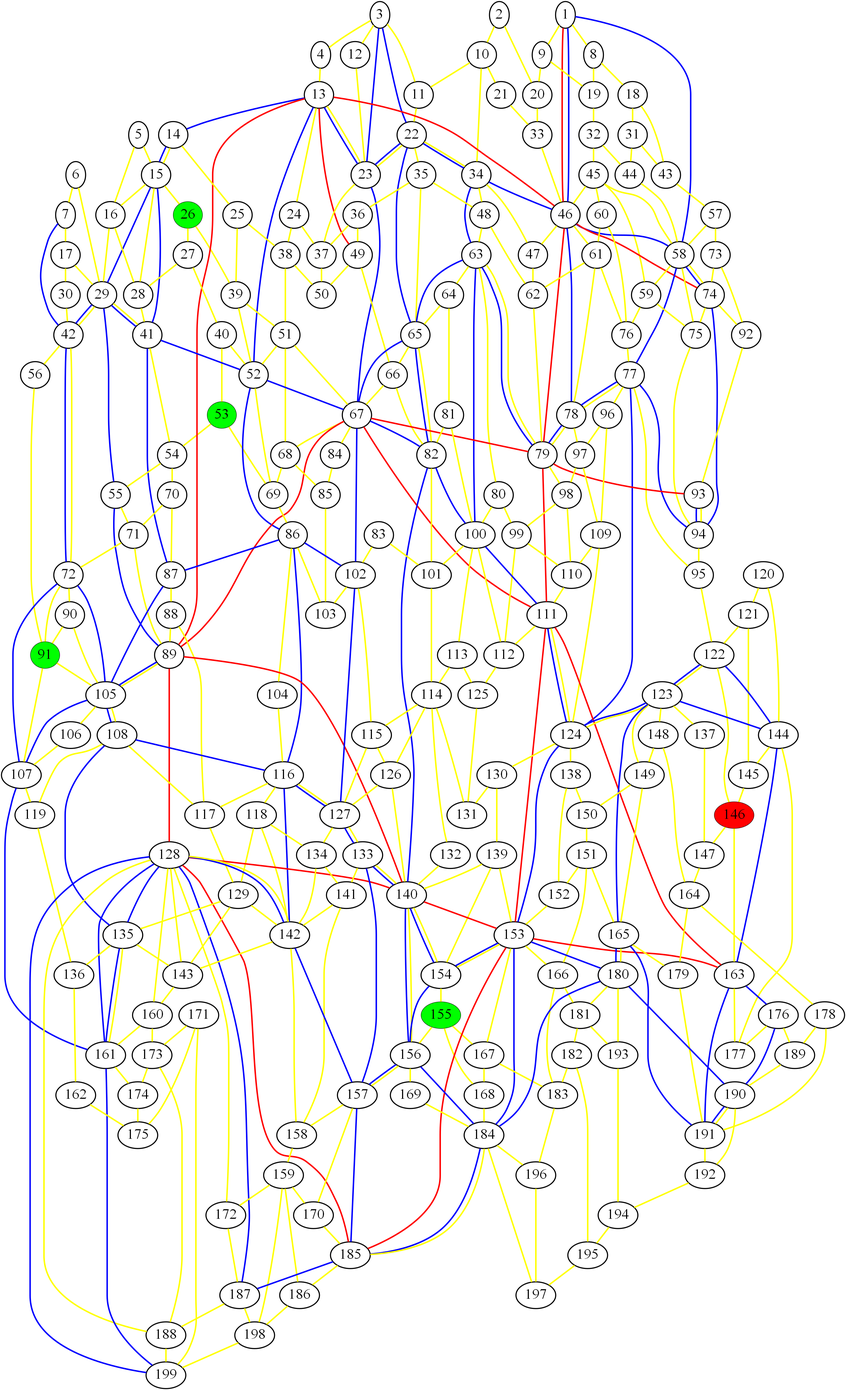
This is initial_graph.png from ed-churchill/complex-systems-project, a Graphviz export, as it was before one commit. Its source is kept beside it as initial_graph.gv.
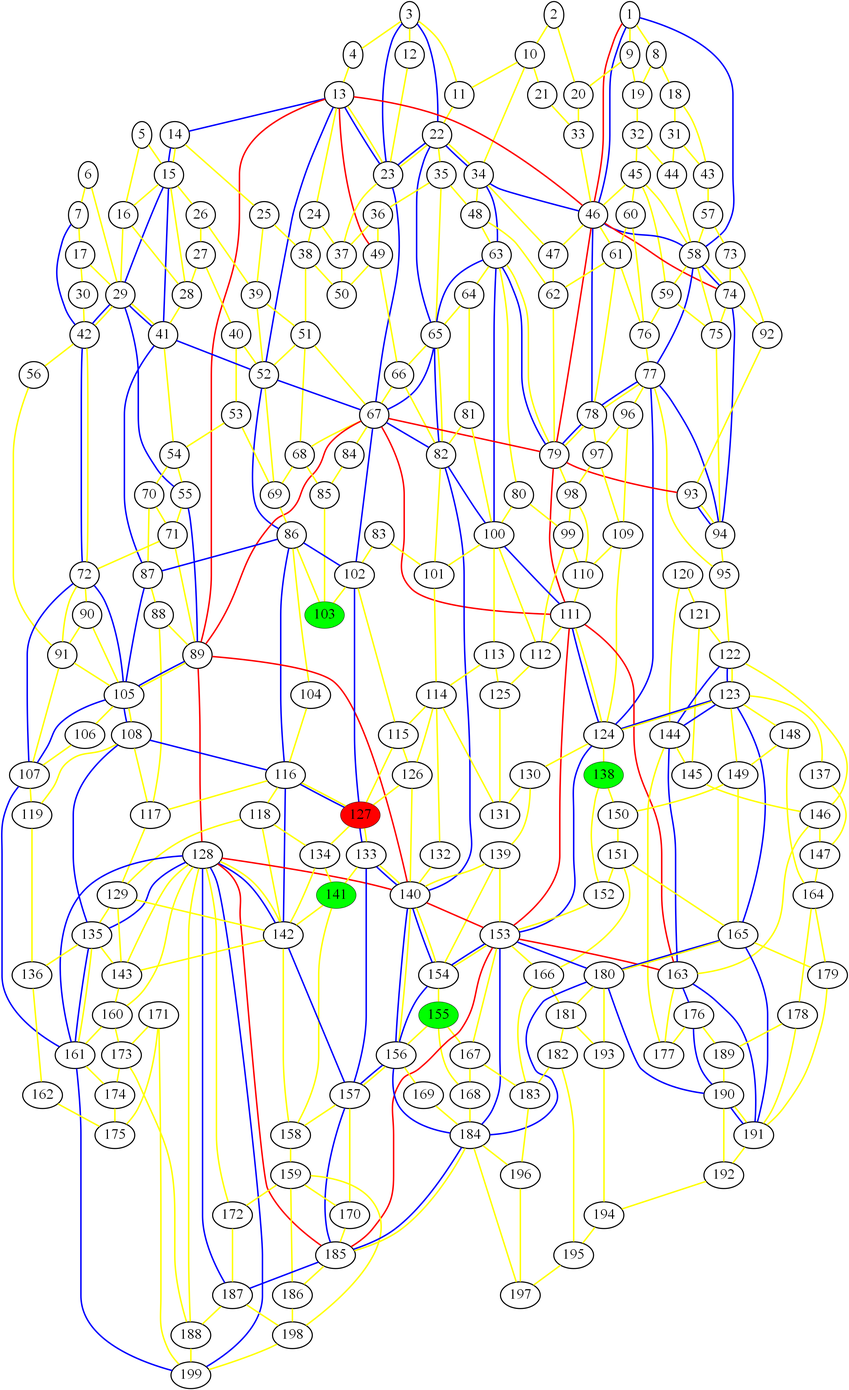
The same file after the commit.

Commit message:
Add graph drawing to random walk algorithm

What changed in the source:
```diff
@@ -1,9 +1,9 @@
 graph london_graph {
-146 [fillcolor=red, fontsize=40, pendwidth=3, style=filled];
+127 [fillcolor=red, fontsize=40, pendwidth=3, style=filled];
+141 [fillcolor=green, fontsize=40, pendwidth=3, style=filled];
 155 [fillcolor=green, fontsize=40, pendwidth=3, style=filled];
-26 [fillcolor=green, fontsize=40, pendwidth=3, style=filled];
-91 [fillcolor=green, fontsize=40, pendwidth=3, style=filled];
-53 [fillcolor=green, fontsize=40, pendwidth=3, style=filled];
+103 [fillcolor=green, fontsize=40, pendwidth=3, style=filled];
+138 [fillcolor=green, fontsize=40, pendwidth=3, style=filled];
 1 [fontsize=40, penwidth=3];
 2 [fontsize=40, penwidth=3];
 3 [fontsize=40, penwidth=3];
@@ -29,6 +29,7 @@
 23 [fontsize=40, penwidth=3];
 24 [fontsize=40, penwidth=3];
 25 [fontsize=40, penwidth=3];
+26 [fontsize=40, penwidth=3];
 27 [fontsize=40, penwidth=3];
 28 [fontsize=40, penwidth=3];
 29 [fontsize=40, penwidth=3];
@@ -55,6 +56,7 @@
 50 [fontsize=40, penwidth=3];
 51 [fontsize=40, penwidth=3];
 52 [fontsize=40, penwidth=3];
+53 [fontsize=40, penwidth=3];
 54 [fontsize=40, penwidth=3];
 55 [fontsize=40, penwidth=3];
 56 [fontsize=40, penwidth=3];
@@ -92,6 +94,7 @@
 88 [fontsize=40, penwidth=3];
 89 [fontsize=40, penwidth=3];
 90 [fontsize=40, penwidth=3];
+91 [fontsize=40, penwidth=3];
 92 [fontsize=40, penwidth=3];
 93 [fontsize=40, penwidth=3];
 94 [fontsize=40, penwidth=3];
@@ -103,7 +106,6 @@
 100 [fontsize=40, penwidth=3];
 101 [fontsize=40, penwidth=3];
 102 [fontsize=40, penwidth=3];
-103 [fontsize=40, penwidth=3];
 104 [fontsize=40, penwidth=3];
 105 [fontsize=40, penwidth=3];
 106 [fontsize=40, penwidth=3];
@@ -127,7 +129,6 @@
 124 [fontsize=40, penwidth=3];
 125 [fontsize=40, penwidth=3];
 126 [fontsize=40, penwidth=3];
-127 [fontsize=40, penwidth=3];
 128 [fontsize=40, penwidth=3];
 129 [fontsize=40, penwidth=3];
 130 [fontsize=40, penwidth=3];
@@ -138,14 +139,13 @@
 135 [fontsize=40, penwidth=3];
 136 [fontsize=40, penwidth=3];
 137 [fontsize=40, penwidth=3];
-138 [fontsize=40, penwidth=3];
 139 [fontsize=40, penwidth=3];
 140 [fontsize=40, penwidth=3];
-141 [fontsize=40, penwidth=3];
 142 [fontsize=40, penwidth=3];
 143 [fontsize=40, penwidth=3];
 144 [fontsize=40, penwidth=3];
 145 [fontsize=40, penwidth=3];
+146 [fontsize=40, penwidth=3];
 147 [fontsize=40, penwidth=3];
 148 [fontsize=40, penwidth=3];
 149 [fontsize=40, penwidth=3];
```
